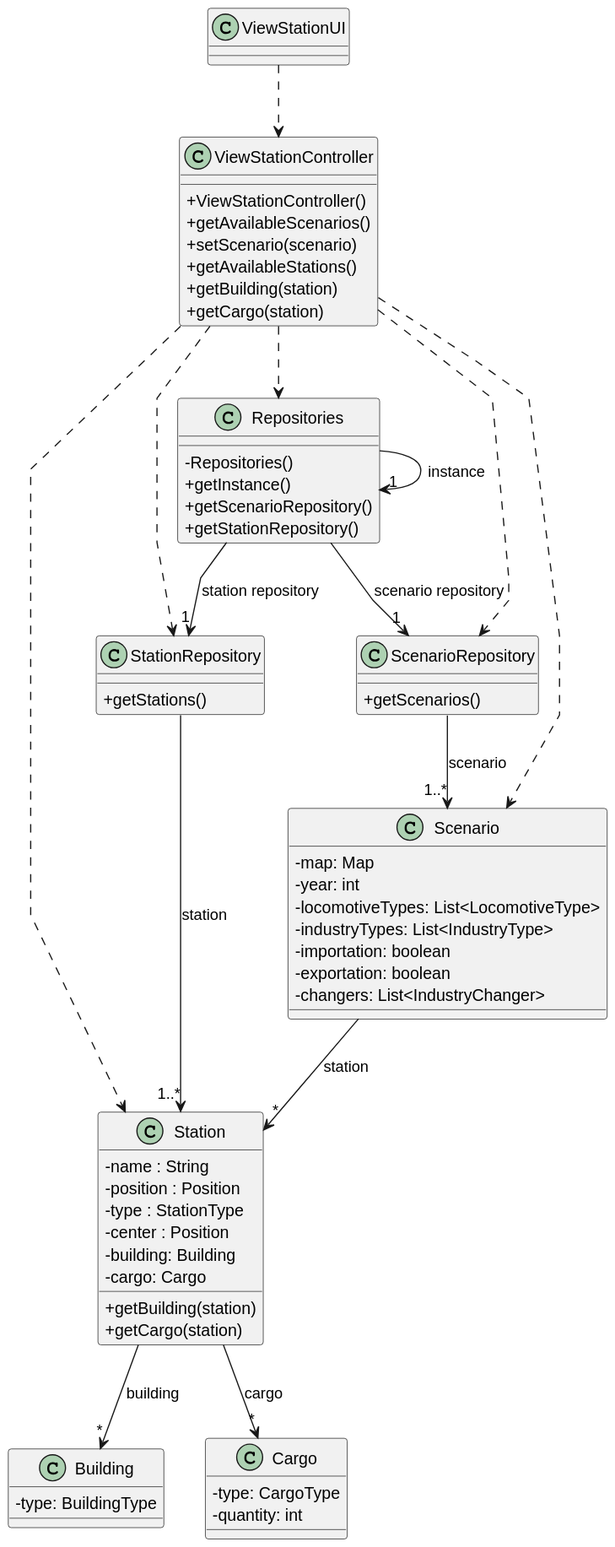
Before: Sprint2/US007/03.design/svg/US007-CD.svg, a diagram exported from PlantUML (1240935/pi2-railway-simulator).
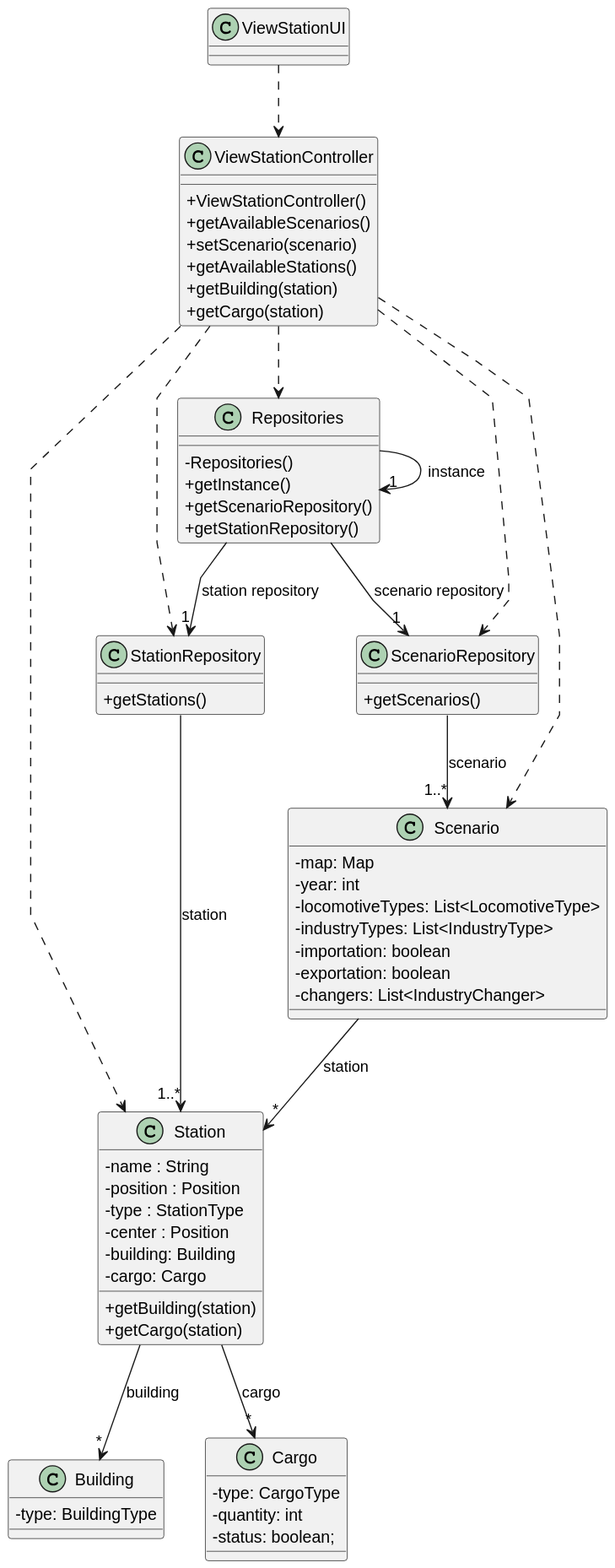
After the change.

What changed in the source:
```diff
@@ -63,6 +63,7 @@
 class Cargo {
   -type: CargoType
   -quantity: int
+  -status: boolean;
 }
 
 
```
